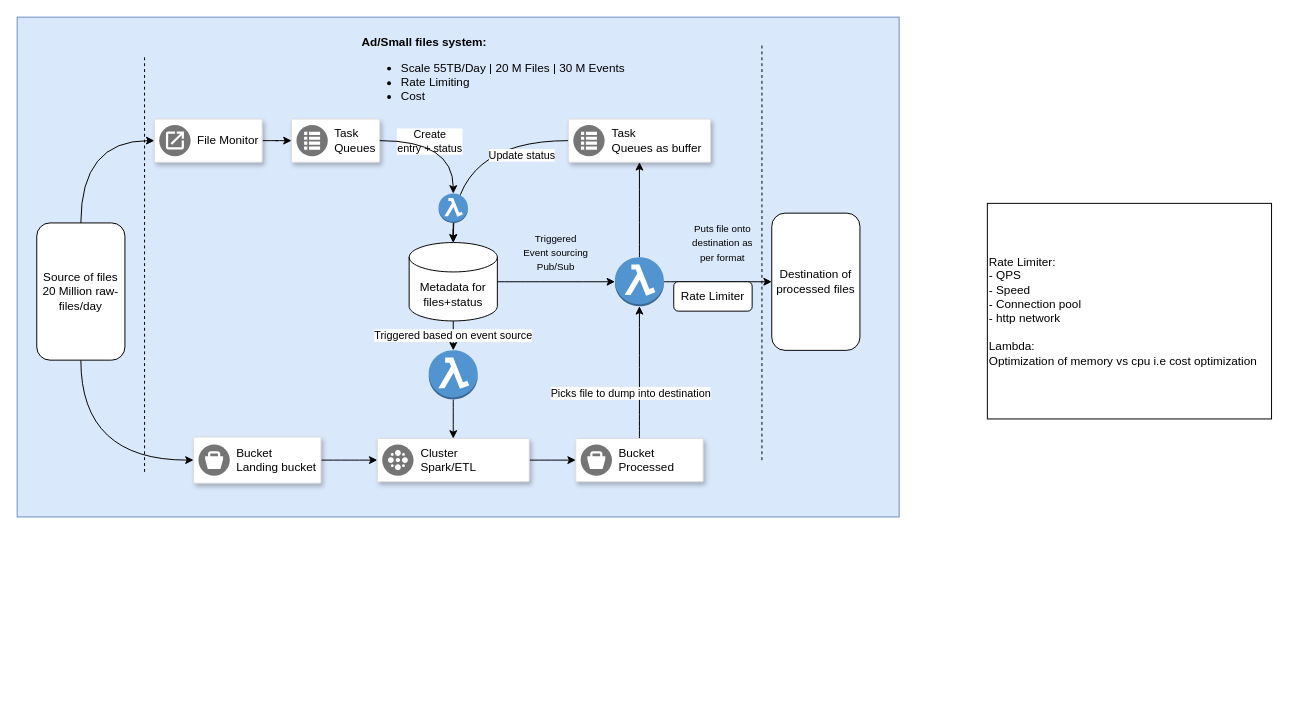
Earlier version of the draw.io diagram page "Snippets" (4 of 4) of SysDiagram.drawio (hemant9899/ReactLearn). Source tidied: cells renumbered, new cells numbered last; positions are measured from the earlier drawing's top-left corner, leaving out a move shared by most shapes. Both pictures are drawn from the tidied source at 98%, with x=0, y=0 at pixel (17, 17).
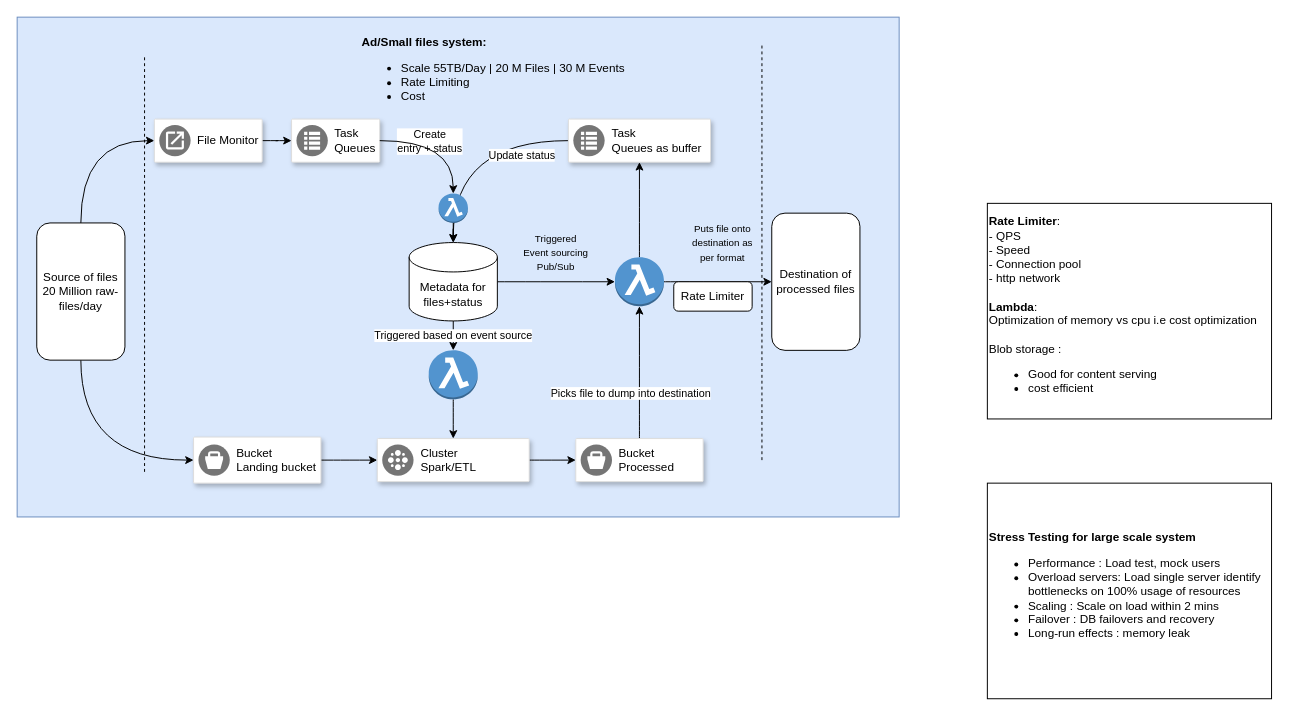
Above is the later version.

The edit, as a diff of the source:
```diff
@@
-    <mxCell id="3" value="Rate Limiter:&lt;br&gt;- QPS&lt;br&gt;- Speed&lt;br&gt;- Connection pool&lt;br&gt;- http network&lt;br&gt;&lt;br&gt;Lambda:&lt;br&gt;Optimization of memory vs cpu i.e cost optimization" style="rounded=0;whiteSpace=wrap;html=1;align=left;" parent="1" vertex="1">
+    <mxCell id="3" value="&lt;b&gt;Rate Limiter&lt;/b&gt;:&lt;br&gt;- QPS&lt;br&gt;- Speed&lt;br&gt;- Connection pool&lt;br&gt;- http network&lt;br&gt;&lt;br&gt;&lt;b&gt;Lambda&lt;/b&gt;:&lt;br&gt;Optimization of memory vs cpu i.e cost optimization&lt;br&gt;&lt;br&gt;Blob storage :&lt;br&gt;&lt;ul&gt;&lt;li&gt;Good for content serving&lt;/li&gt;&lt;li&gt;cost efficient&lt;/li&gt;&lt;/ul&gt;" style="rounded=0;whiteSpace=wrap;html=1;align=left;" parent="1" vertex="1">
       <mxGeometry x="990" y="190" width="290" height="220" as="geometry" />
     </mxCell>
@@
+    <mxCell id="45" value="&lt;div&gt;&lt;b&gt;Stress Testing for large scale system&lt;/b&gt;&lt;/div&gt;&lt;ul&gt;&lt;li&gt;Performance : Load test, mock users&lt;/li&gt;&lt;li&gt;Overload servers: Load single server identify bottlenecks on 100% usage of resources&amp;nbsp;&lt;/li&gt;&lt;li&gt;Scaling : Scale on load within 2 mins&lt;/li&gt;&lt;li&gt;Failover : DB failovers and recovery&lt;/li&gt;&lt;li&gt;Long-run effects : memory leak&lt;/li&gt;&lt;/ul&gt;" style="rounded=0;whiteSpace=wrap;html=1;align=left;" parent="1" vertex="1">
+      <mxGeometry x="990" y="475.5" width="290" height="220" as="geometry" />
+    </mxCell>
```
